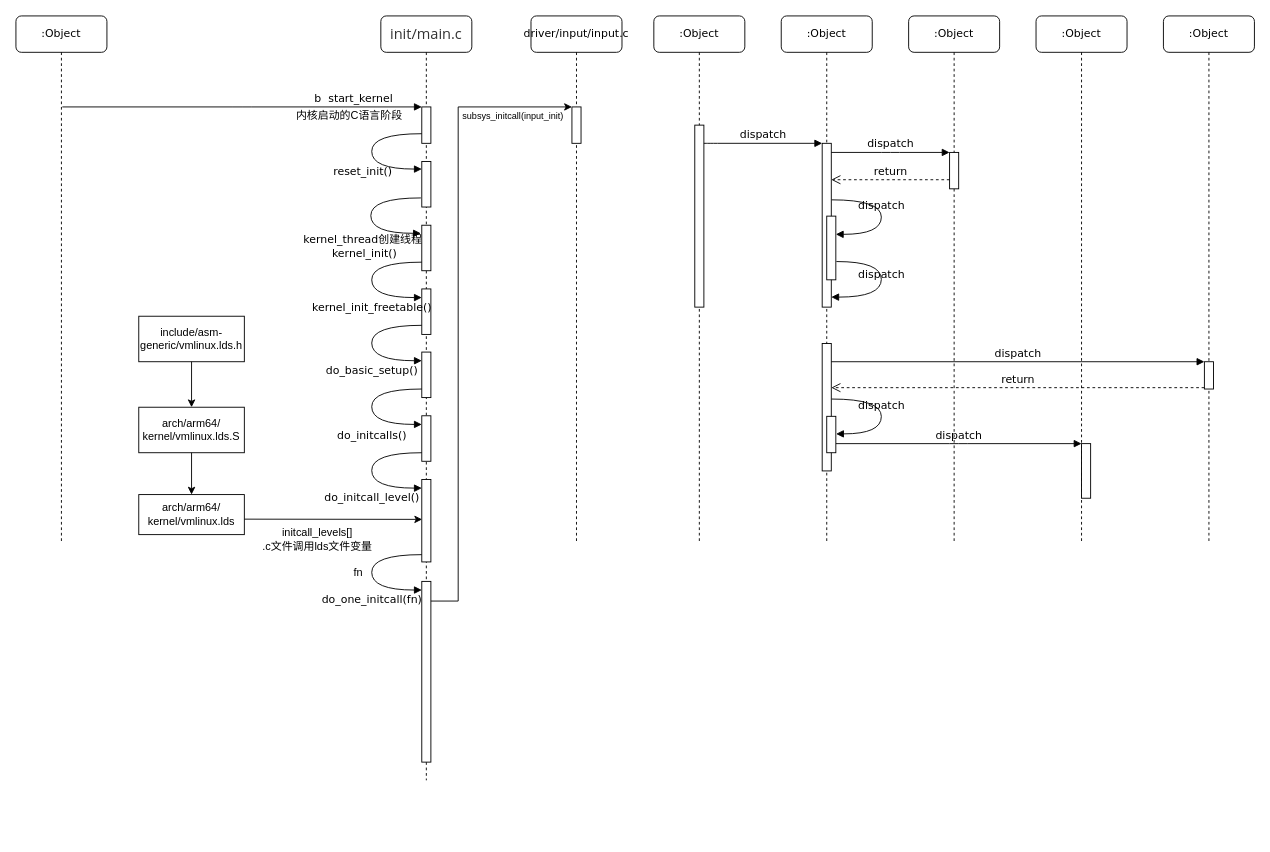
This is page "内核启动" (1 of 2) of kernel/kernel.drawio from tsunami697/markdown, a draw.io file, before an edit. Source tidied: cells renumbered, new cells numbered last; positions are measured from the earlier drawing's top-left corner, leaving out a move shared by most shapes. Both pictures are drawn from the tidied source at 91%, with x=0, y=0 at pixel (15, 15).
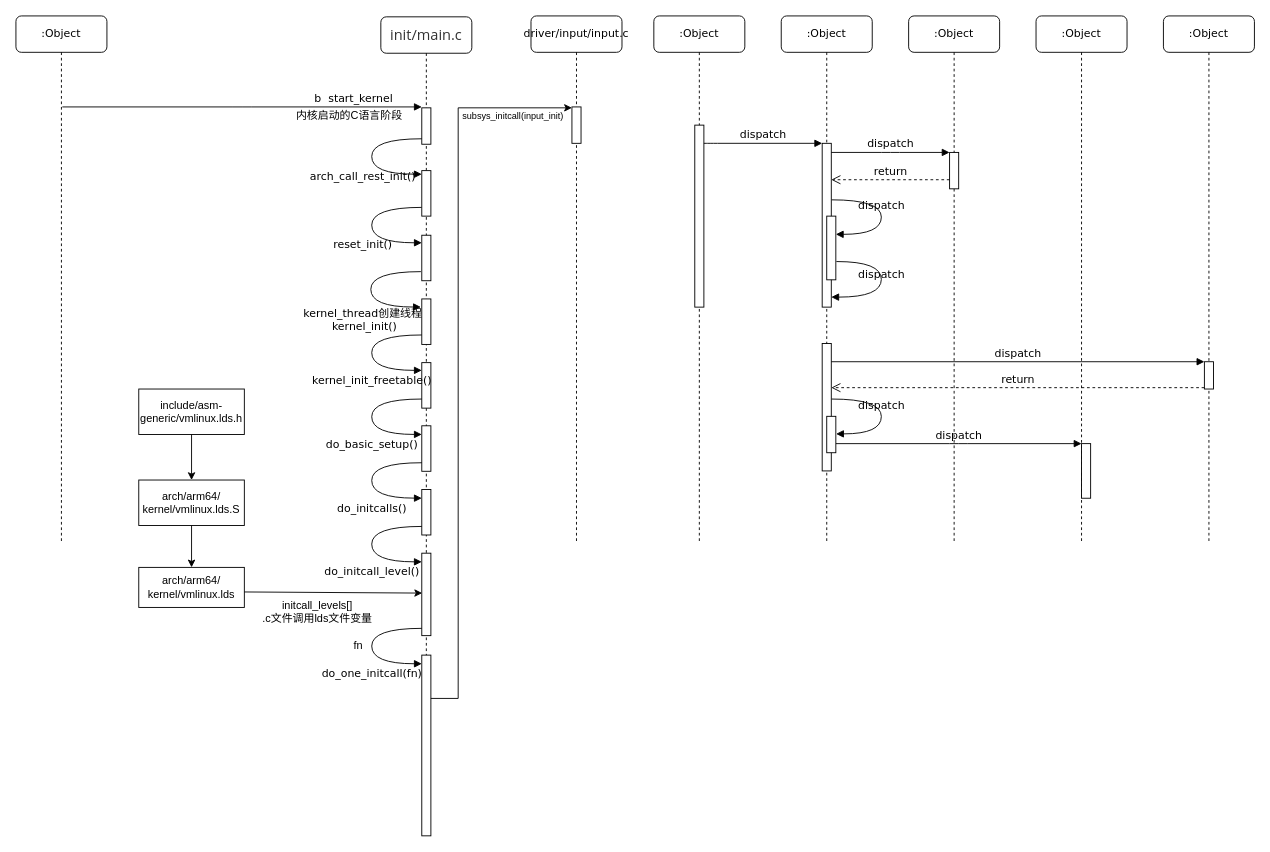
The same page after the edit.

Commit message (it also covers changes not shown here):
1. update kernel 2. add .vimrc for back

The change refers to these unchanged cells:
```xml
<mxCell id="11" style="html=1;points=[];perimeter=orthogonalPerimeter;rounded=0;shadow=0;comic=0;labelBackgroundColor=none;strokeWidth=1;fontFamily=Verdana;fontSize=12;align=center;" parent="10" vertex="1">
  <mxGeometry x="45" y="100" width="10" height="40" as="geometry" />
</mxCell>
```

What changed in the source:
```diff
@@
     <mxCell id="10" value="&lt;span style=&quot;color: rgb(51, 51, 51); font-family: &amp;quot;Open Sans&amp;quot;, &amp;quot;Clear Sans&amp;quot;, &amp;quot;Helvetica Neue&amp;quot;, Helvetica, Arial, &amp;quot;Segoe UI Emoji&amp;quot;, sans-serif; font-size: 16px; orphans: 4; text-align: start; background-color: rgb(255, 255, 255);&quot;&gt;init/main.c&lt;/span&gt;" style="shape=umlLifeline;perimeter=lifelinePerimeter;whiteSpace=wrap;html=1;rounded=1;shadow=0;comic=0;labelBackgroundColor=none;strokeWidth=1;fontFamily=Verdana;fontSize=12;align=center;" parent="1" vertex="1">
-      <mxGeometry x="401" width="100" height="840" as="geometry" />
+      <mxGeometry x="401" y="1" width="100" height="840" as="geometry" />
     </mxCell>
@@
     <mxCell id="12" style="html=1;perimeter=orthogonalPerimeter;rounded=0;shadow=0;comic=0;labelBackgroundColor=none;strokeWidth=1;fontFamily=Verdana;fontSize=12;align=center;" parent="10" vertex="1">
-      <mxGeometry x="45" y="160" width="10" height="50" as="geometry" />
+      <mxGeometry x="45" y="240" width="10" height="50" as="geometry" />
     </mxCell>
-    <mxCell id="13" value="reset_init()" style="html=1;verticalAlign=bottom;endArrow=block;labelBackgroundColor=none;fontFamily=Verdana;fontSize=12;elbow=vertical;edgeStyle=orthogonalEdgeStyle;curved=1;entryX=1;entryY=0.286;entryPerimeter=0;exitX=0;exitY=0.736;exitPerimeter=0;exitDx=0;exitDy=0;" parent="10" edge="1" source="11">
+    <mxCell id="13" value="reset_init()" style="html=1;verticalAlign=bottom;endArrow=block;labelBackgroundColor=none;fontFamily=Verdana;fontSize=12;elbow=vertical;edgeStyle=orthogonalEdgeStyle;curved=1;entryX=1;entryY=0.286;entryPerimeter=0;exitX=0;exitY=0.736;exitPerimeter=0;exitDx=0;exitDy=0;" parent="10" edge="1">
       <mxGeometry x="0.26" y="-15" relative="1" as="geometry">
-        <mxPoint x="45" y="168.3" as="targetPoint" />
+        <mxPoint x="45" y="209.4" as="sourcePoint" />
+        <mxPoint x="45" y="248.3" as="targetPoint" />
         <Array as="points">
-          <mxPoint x="-10" y="129" />
-          <mxPoint x="-10" y="168" />
+          <mxPoint x="-10" y="209" />
+          <mxPoint x="-10" y="248" />
         </Array>
         <mxPoint x="-10" y="-3" as="offset" />
       </mxGeometry>
     </mxCell>
     <mxCell id="14" style="html=1;perimeter=orthogonalPerimeter;rounded=0;shadow=0;comic=0;labelBackgroundColor=none;strokeWidth=1;fontFamily=Verdana;fontSize=12;align=center;" parent="10" vertex="1">
-      <mxGeometry x="45" y="230" width="10" height="50" as="geometry" />
+      <mxGeometry x="45" y="310" width="10" height="50" as="geometry" />
     </mxCell>
     <mxCell id="15" value="kernel_thread创建线程&lt;br&gt;&amp;nbsp;kernel_init()" style="html=1;verticalAlign=bottom;endArrow=block;labelBackgroundColor=none;fontFamily=Verdana;fontSize=12;elbow=vertical;edgeStyle=orthogonalEdgeStyle;curved=1;entryX=1;entryY=0.286;entryPerimeter=0;exitX=0;exitY=0.736;exitPerimeter=0;exitDx=0;exitDy=0;" parent="10" edge="1">
       <mxGeometry x="0.26" y="-32" relative="1" as="geometry">
-        <mxPoint x="44" y="200" as="sourcePoint" />
-        <mxPoint x="44" y="238.9" as="targetPoint" />
+        <mxPoint x="44" y="280" as="sourcePoint" />
+        <mxPoint x="44" y="318.9" as="targetPoint" />
         <Array as="points">
-          <mxPoint x="-11" y="199.6" />
-          <mxPoint x="-11" y="238.6" />
+          <mxPoint x="-11" y="279.6" />
+          <mxPoint x="-11" y="318.6" />
         </Array>
         <mxPoint x="-9" y="-1" as="offset" />
       </mxGeometry>
     </mxCell>
     <mxCell id="16" style="html=1;perimeter=orthogonalPerimeter;rounded=0;shadow=0;comic=0;labelBackgroundColor=none;strokeWidth=1;fontFamily=Verdana;fontSize=12;align=center;" parent="10" vertex="1">
-      <mxGeometry x="45" y="300" width="10" height="50" as="geometry" />
+      <mxGeometry x="45" y="380" width="10" height="50" as="geometry" />
     </mxCell>
     <mxCell id="17" style="html=1;perimeter=orthogonalPerimeter;rounded=0;shadow=0;comic=0;labelBackgroundColor=none;strokeWidth=1;fontFamily=Verdana;fontSize=12;align=center;" parent="10" vertex="1">
-      <mxGeometry x="45" y="369.4" width="10" height="50" as="geometry" />
+      <mxGeometry x="45" y="449.4" width="10" height="50" as="geometry" />
     </mxCell>
     <mxCell id="18" value="do_basic_setup()" style="html=1;verticalAlign=bottom;endArrow=block;labelBackgroundColor=none;fontFamily=Verdana;fontSize=12;elbow=vertical;edgeStyle=orthogonalEdgeStyle;curved=1;entryX=1;entryY=0.286;entryPerimeter=0;exitX=0;exitY=0.736;exitPerimeter=0;exitDx=0;exitDy=0;" parent="10" edge="1">
       <mxGeometry x="0.26" y="-20" relative="1" as="geometry">
-        <mxPoint x="45" y="340" as="sourcePoint" />
-        <mxPoint x="45" y="378.9" as="targetPoint" />
+        <mxPoint x="45" y="420" as="sourcePoint" />
+        <mxPoint x="45" y="458.9" as="targetPoint" />
         <Array as="points">
-          <mxPoint x="-10" y="339.6" />
-          <mxPoint x="-10" y="378.6" />
+          <mxPoint x="-10" y="419.6" />
+          <mxPoint x="-10" y="458.6" />
         </Array>
       </mxGeometry>
     </mxCell>
     <mxCell id="19" style="html=1;perimeter=orthogonalPerimeter;rounded=0;shadow=0;comic=0;labelBackgroundColor=none;strokeWidth=1;fontFamily=Verdana;fontSize=12;align=center;" parent="10" vertex="1">
-      <mxGeometry x="45" y="439.4" width="10" height="50" as="geometry" />
+      <mxGeometry x="45" y="519.4" width="10" height="50" as="geometry" />
     </mxCell>
     <mxCell id="20" value="do_initcalls()" style="html=1;verticalAlign=bottom;endArrow=block;labelBackgroundColor=none;fontFamily=Verdana;fontSize=12;elbow=vertical;edgeStyle=orthogonalEdgeStyle;curved=1;entryX=1;entryY=0.286;entryPerimeter=0;exitX=0;exitY=0.736;exitPerimeter=0;exitDx=0;exitDy=0;" parent="10" edge="1">
       <mxGeometry x="0.26" y="-21" relative="1" as="geometry">
-        <mxPoint x="45" y="410" as="sourcePoint" />
-        <mxPoint x="45" y="448.9" as="targetPoint" />
+        <mxPoint x="45" y="490" as="sourcePoint" />
+        <mxPoint x="45" y="528.9" as="targetPoint" />
         <Array as="points">
-          <mxPoint x="-10" y="409.6" />
-          <mxPoint x="-10" y="448.6" />
+          <mxPoint x="-10" y="489.6" />
+          <mxPoint x="-10" y="528.6" />
         </Array>
       </mxGeometry>
     </mxCell>
     <mxCell id="21" style="html=1;points=[];perimeter=orthogonalPerimeter;rounded=0;shadow=0;comic=0;labelBackgroundColor=none;strokeWidth=1;fontFamily=Verdana;fontSize=12;align=center;" parent="10" vertex="1">
-      <mxGeometry x="45" y="509.4" width="10" height="90.6" as="geometry" />
+      <mxGeometry x="45" y="589.4" width="10" height="90.6" as="geometry" />
     </mxCell>
     <mxCell id="22" value="do_initcall_level()" style="html=1;verticalAlign=bottom;endArrow=block;labelBackgroundColor=none;fontFamily=Verdana;fontSize=12;elbow=vertical;edgeStyle=orthogonalEdgeStyle;curved=1;entryX=1;entryY=0.286;entryPerimeter=0;exitX=0;exitY=0.736;exitPerimeter=0;exitDx=0;exitDy=0;" parent="10" edge="1">
       <mxGeometry x="0.26" y="-20" relative="1" as="geometry">
-        <mxPoint x="45" y="480" as="sourcePoint" />
-        <mxPoint x="45" y="518.9" as="targetPoint" />
+        <mxPoint x="45" y="560" as="sourcePoint" />
+        <mxPoint x="45" y="598.9" as="targetPoint" />
         <Array as="points">
-          <mxPoint x="-10" y="479.6" />
-          <mxPoint x="-10" y="518.6" />
+          <mxPoint x="-10" y="559.6" />
+          <mxPoint x="-10" y="598.6" />
         </Array>
       </mxGeometry>
     </mxCell>
     <mxCell id="23" style="html=1;points=[];perimeter=orthogonalPerimeter;rounded=0;shadow=0;comic=0;labelBackgroundColor=none;strokeWidth=1;fontFamily=Verdana;fontSize=12;align=center;" parent="10" vertex="1">
-      <mxGeometry x="45" y="621.4" width="10" height="198.6" as="geometry" />
+      <mxGeometry x="45" y="701.4" width="10" height="198.6" as="geometry" />
     </mxCell>
     <mxCell id="24" value="do_one_initcall(fn)" style="html=1;verticalAlign=bottom;endArrow=block;labelBackgroundColor=none;fontFamily=Verdana;fontSize=12;elbow=vertical;edgeStyle=orthogonalEdgeStyle;curved=1;entryX=1;entryY=0.286;entryPerimeter=0;exitX=0;exitY=0.736;exitPerimeter=0;exitDx=0;exitDy=0;" parent="10" edge="1">
       <mxGeometry x="0.26" y="-20" relative="1" as="geometry">
-        <mxPoint x="45" y="592" as="sourcePoint" />
-        <mxPoint x="45" y="630.9" as="targetPoint" />
+        <mxPoint x="45" y="672" as="sourcePoint" />
+        <mxPoint x="45" y="710.9" as="targetPoint" />
         <Array as="points">
-          <mxPoint x="-10" y="591.6" />
-          <mxPoint x="-10" y="630.6" />
+          <mxPoint x="-10" y="671.6" />
+          <mxPoint x="-10" y="710.6" />
         </Array>
       </mxGeometry>
     </mxCell>
-    <mxCell id="25" style="endArrow=classic;html=1;rounded=0;" parent="10" edge="1">
+    <mxCell id="25" style="endArrow=classic;html=1;rounded=0;" parent="10" edge="1" source="23">
       <mxGeometry relative="1" as="geometry">
-        <mxPoint x="55" y="643" as="sourcePoint" />
         <mxPoint x="210" y="100" as="targetPoint" />
         <Array as="points">
-          <mxPoint x="85" y="643" />
+          <mxPoint x="85" y="749" />
           <mxPoint x="85" y="100" />
         </Array>
       </mxGeometry>
     </mxCell>
+    <mxCell id="55" style="html=1;perimeter=orthogonalPerimeter;rounded=0;shadow=0;comic=0;labelBackgroundColor=none;strokeWidth=1;fontFamily=Verdana;fontSize=12;align=center;" parent="10" vertex="1">
+      <mxGeometry x="45" y="169" width="10" height="50" as="geometry" />
+    </mxCell>
+    <mxCell id="56" value="arch_call_rest_init()" style="html=1;verticalAlign=bottom;endArrow=block;labelBackgroundColor=none;fontFamily=Verdana;fontSize=12;elbow=vertical;edgeStyle=orthogonalEdgeStyle;curved=1;entryX=1;entryY=0.286;entryPerimeter=0;exitX=0;exitY=0.736;exitPerimeter=0;exitDx=0;exitDy=0;" parent="10" edge="1">
+      <mxGeometry x="0.26" y="-15" relative="1" as="geometry">
+        <mxPoint x="45" y="134" as="sourcePoint" />
+        <mxPoint x="45" y="172.9" as="targetPoint" />
+        <Array as="points">
+          <mxPoint x="-10" y="133.6" />
+          <mxPoint x="-10" y="172.6" />
+        </Array>
+        <mxPoint x="-10" y="-3" as="offset" />
+      </mxGeometry>
+    </mxCell>
@@
     <mxCell id="43" value="kernel_init_freetable()" style="html=1;verticalAlign=bottom;endArrow=block;labelBackgroundColor=none;fontFamily=Verdana;fontSize=12;elbow=vertical;edgeStyle=orthogonalEdgeStyle;curved=1;entryX=1;entryY=0.286;entryPerimeter=0;exitX=0;exitY=0.736;exitPerimeter=0;exitDx=0;exitDy=0;" parent="1" edge="1">
       <mxGeometry x="0.26" y="-20" relative="1" as="geometry">
-        <mxPoint x="446" y="270.6" as="sourcePoint" />
-        <mxPoint x="446" y="309.5" as="targetPoint" />
+        <mxPoint x="446" y="350.6" as="sourcePoint" />
+        <mxPoint x="446" y="389.5" as="targetPoint" />
         <Array as="points">
-          <mxPoint x="391" y="270.1" />
-          <mxPoint x="391" y="309.1" />
+          <mxPoint x="391" y="350.1" />
+          <mxPoint x="391" y="389.1" />
         </Array>
       </mxGeometry>
     </mxCell>
     <mxCell id="44" value="arch/arm64/&lt;br&gt;kernel/vmlinux.lds" style="rounded=0;whiteSpace=wrap;html=1;" parent="1" vertex="1">
-      <mxGeometry x="135" y="526" width="116" height="44" as="geometry" />
+      <mxGeometry x="135" y="606" width="116" height="44" as="geometry" />
     </mxCell>
     <mxCell id="45" value="arch/arm64/&lt;br&gt;kernel/vmlinux.lds.S" style="whiteSpace=wrap;html=1;" parent="1" vertex="1">
-      <mxGeometry x="135" y="430" width="116" height="50" as="geometry" />
+      <mxGeometry x="135" y="510" width="116" height="50" as="geometry" />
     </mxCell>
     <mxCell id="46" value="include/asm-generic/vmlinux.lds.h" style="whiteSpace=wrap;html=1;" parent="1" vertex="1">
-      <mxGeometry x="135" y="330" width="116" height="50" as="geometry" />
+      <mxGeometry x="135" y="410" width="116" height="50" as="geometry" />
     </mxCell>
@@
     <mxCell id="49" value="fn" style="text;html=1;align=center;verticalAlign=middle;strokeColor=none;fillColor=none;" parent="1" vertex="1">
-      <mxGeometry x="361" y="602" width="30" height="20" as="geometry" />
+      <mxGeometry x="361" y="682" width="30" height="20" as="geometry" />
     </mxCell>
     <mxCell id="50" style="endArrow=classic;html=1;rounded=0;entryX=0.038;entryY=0.484;entryDx=0;entryDy=0;entryPerimeter=0;" parent="1" edge="1" target="21">
       <mxGeometry relative="1" as="geometry">
-        <mxPoint x="251" y="553" as="sourcePoint" />
+        <mxPoint x="251" y="633" as="sourcePoint" />
       </mxGeometry>
     </mxCell>
     <mxCell id="51" value="initcall_levels[]&lt;br&gt;.c文件调用lds文件变量" style="text;html=1;align=center;verticalAlign=middle;strokeColor=none;fillColor=none;" parent="1" vertex="1">
-      <mxGeometry x="261" y="560" width="140" height="30" as="geometry" />
+      <mxGeometry x="261" y="640" width="140" height="30" as="geometry" />
     </mxCell>
```
